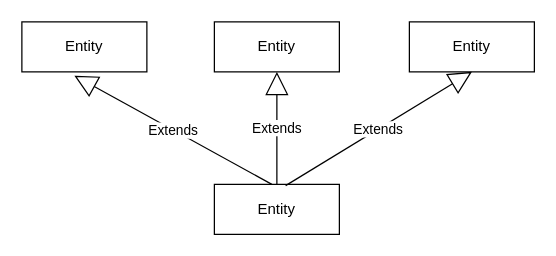
Before: MultipleInheritence.drawio in ashutosh-shashi/DrawIoProject, a draw.io diagram. Source tidied: cells renumbered, new cells numbered last; positions are measured from the earlier drawing's top-left corner, leaving out a move shared by most shapes. Both pictures are drawn from the tidied source at 125%, with x=0, y=0 at pixel (21, 21).
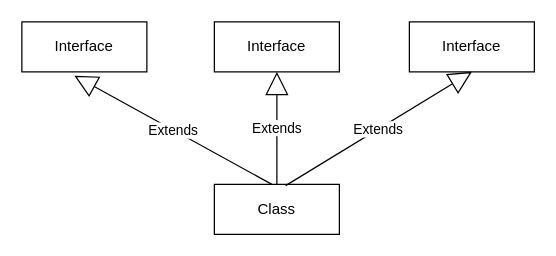
After the change.

The edit, as a diff of the source:
```diff
@@
 <mxGraphModel>
   <root>
     <mxCell id="0" />
     <mxCell id="1" parent="0" />
-    <mxCell id="2" value="Entity" style="whiteSpace=wrap;html=1;align=center;" parent="1" vertex="1">
+    <mxCell id="2" value="Interface" style="whiteSpace=wrap;html=1;align=center;" parent="1" vertex="1">
       <mxGeometry width="100" height="40" as="geometry" />
     </mxCell>
-    <mxCell id="3" value="Entity" style="whiteSpace=wrap;html=1;align=center;" parent="1" vertex="1">
+    <mxCell id="3" value="Interface" style="whiteSpace=wrap;html=1;align=center;" parent="1" vertex="1">
       <mxGeometry x="154" width="100" height="40" as="geometry" />
     </mxCell>
-    <mxCell id="4" value="Entity" style="whiteSpace=wrap;html=1;align=center;" parent="1" vertex="1">
+    <mxCell id="4" value="Class" style="whiteSpace=wrap;html=1;align=center;" parent="1" vertex="1">
       <mxGeometry x="154" y="130" width="100" height="40" as="geometry" />
     </mxCell>
-    <mxCell id="5" value="Entity" style="whiteSpace=wrap;html=1;align=center;" parent="1" vertex="1">
+    <mxCell id="5" value="Interface" style="whiteSpace=wrap;html=1;align=center;" parent="1" vertex="1">
       <mxGeometry x="310" width="100" height="40" as="geometry" />
     </mxCell>
     <mxCell id="6" value="Extends" style="endArrow=block;endSize=16;endFill=0;html=1;entryX=0.5;entryY=1;entryDx=0;entryDy=0;exitX=0.5;exitY=0;exitDx=0;exitDy=0;" parent="1" edge="1" source="4" target="3">
       <mxGeometry relative="1" as="geometry" />
     </mxCell>
     <mxCell id="7" value="Extends" style="endArrow=block;endSize=16;endFill=0;html=1;entryX=0.5;entryY=1;entryDx=0;entryDy=0;exitX=0.57;exitY=0.025;exitDx=0;exitDy=0;exitPerimeter=0;" parent="1" edge="1" source="4" target="5">
       <mxGeometry relative="1" as="geometry" />
     </mxCell>
     <mxCell id="8" value="Extends" style="endArrow=block;endSize=16;endFill=0;html=1;entryX=0.42;entryY=1.075;entryDx=0;entryDy=0;entryPerimeter=0;" parent="1" edge="1" target="2">
       <mxGeometry relative="1" as="geometry">
         <mxPoint x="200" y="130" as="sourcePoint" />
       </mxGeometry>
     </mxCell>
   </root>
 </mxGraphModel>
```
